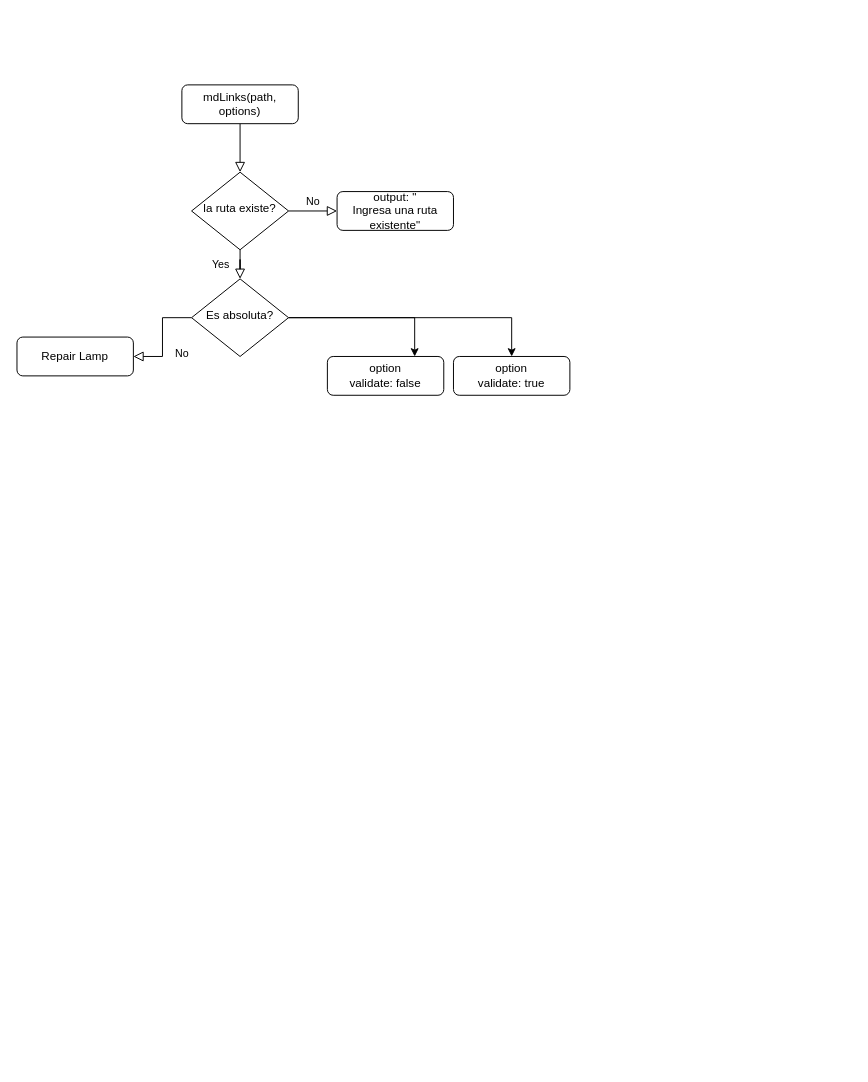
Above: Diagrama sin título.drawio in Lady9696/DEV004-md-links (draw.io), before the change. Source tidied: cells renumbered, new cells numbered last; positions are measured from the earlier drawing's top-left corner, leaving out a move shared by most shapes. Both pictures are drawn from the tidied source at 97%, with x=0, y=0 at pixel (16, 84).
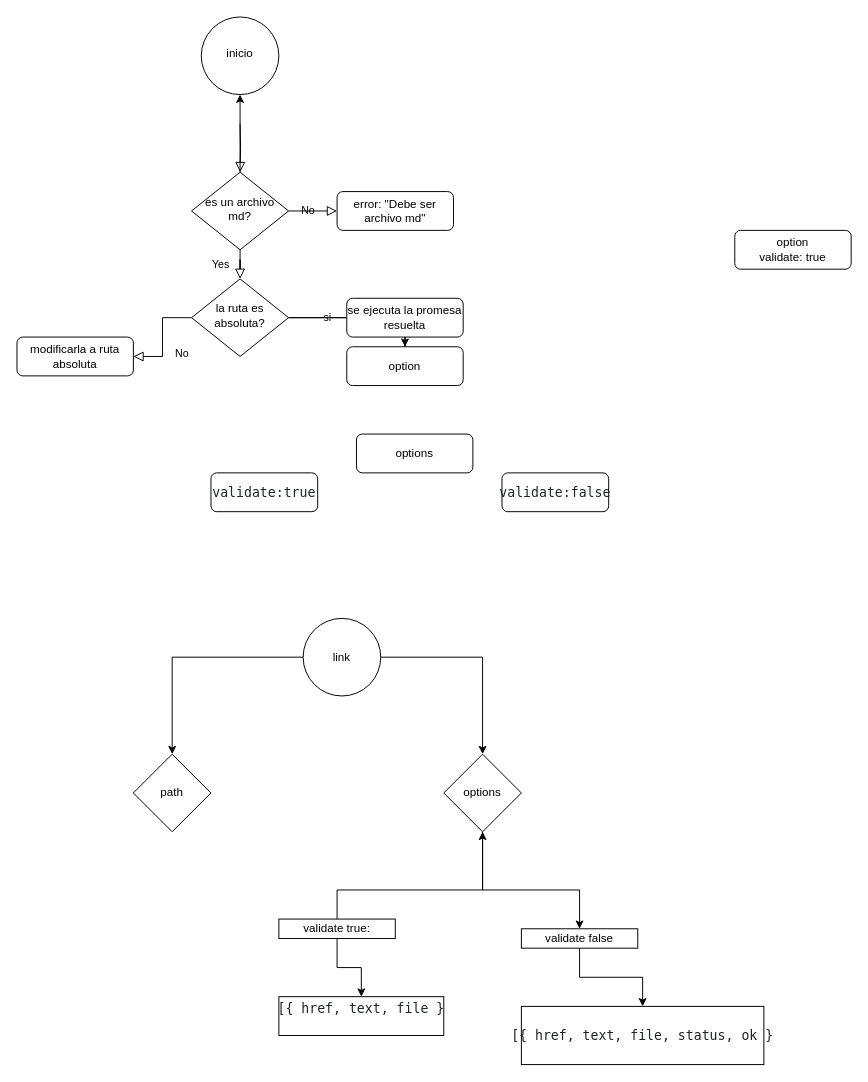
Above is the later version.

The edit, as a diff of the source:
```diff
@@
-    <mxCell id="2" style="rounded=0;html=1;jettySize=auto;fontSize=11;endArrow=block;endFill=0;endSize=8;strokeWidth=1;shadow=0;labelBackgroundColor=none;edgeStyle=orthogonalEdgeStyle;" parent="1" edge="1" source="3" target="6">
-      <mxGeometry relative="1" as="geometry" />
+    <mxCell id="2" style="rounded=0;html=1;jettySize=auto;fontSize=11;endArrow=block;endFill=0;endSize=8;strokeWidth=1;shadow=0;labelBackgroundColor=none;edgeStyle=orthogonalEdgeStyle;" parent="1" edge="1" target="6">
+      <mxGeometry relative="1" as="geometry">
+        <mxPoint x="230" y="40" as="sourcePoint" />
+      </mxGeometry>
     </mxCell>
-    <mxCell id="3" value="mdLinks(path, options)" style="rounded=1;whiteSpace=wrap;html=1;fontSize=12;glass=0;strokeWidth=1;shadow=0;" parent="1" vertex="1">
-      <mxGeometry x="170" width="120" height="40" as="geometry" />
-    </mxCell>
@@
     <mxCell id="5" value="No" style="edgeStyle=orthogonalEdgeStyle;rounded=0;html=1;jettySize=auto;fontSize=11;endArrow=block;endFill=0;endSize=8;strokeWidth=1;shadow=0;labelBackgroundColor=none;" parent="1" edge="1" source="6" target="7">
-      <mxGeometry y="10" relative="1" as="geometry" />
+      <mxGeometry x="-0.2" relative="1" as="geometry" />
     </mxCell>
+    <mxCell id="15" style="edgeStyle=orthogonalEdgeStyle;rounded=0;jettySize=auto;html=1;" parent="1" edge="1" source="6" target="19">
+      <mxGeometry relative="1" as="geometry" />
+    </mxCell>
-    <mxCell id="6" value="la ruta existe?" style="rhombus;whiteSpace=wrap;html=1;shadow=0;fontFamily=Helvetica;fontSize=12;align=center;strokeWidth=1;spacing=6;spacingTop=-4;" parent="1" vertex="1">
+    <mxCell id="6" value="es un archivo md?" style="rhombus;whiteSpace=wrap;html=1;shadow=0;fontFamily=Helvetica;fontSize=12;align=center;strokeWidth=1;spacing=6;spacingTop=-4;" parent="1" vertex="1">
       <mxGeometry x="180" y="90" width="100" height="80" as="geometry" />
     </mxCell>
-    <mxCell id="7" value="output: &quot;&lt;br&gt;Ingresa una ruta existente&quot;" style="rounded=1;whiteSpace=wrap;html=1;fontSize=12;glass=0;strokeWidth=1;shadow=0;" parent="1" vertex="1">
+    <mxCell id="7" value="error: &quot;Debe ser archivo md&quot;" style="rounded=1;whiteSpace=wrap;html=1;fontSize=12;glass=0;strokeWidth=1;shadow=0;" parent="1" vertex="1">
       <mxGeometry x="330" y="110" width="120" height="40" as="geometry" />
     </mxCell>
@@
-    <mxCell id="9" style="edgeStyle=orthogonalEdgeStyle;rounded=0;jettySize=auto;html=1;entryX=0.5;entryY=0;entryDx=0;entryDy=0;" parent="1" edge="1" source="11" target="14">
-      <mxGeometry relative="1" as="geometry" />
-    </mxCell>
-    <mxCell id="10" style="edgeStyle=orthogonalEdgeStyle;rounded=0;jettySize=auto;html=1;entryX=0.75;entryY=0;entryDx=0;entryDy=0;" parent="1" edge="1" source="11" target="13">
-      <mxGeometry relative="1" as="geometry" />
-    </mxCell>
+    <mxCell id="16" value="si" style="edgeStyle=orthogonalEdgeStyle;rounded=0;jettySize=auto;html=1;" parent="1" edge="1" source="11">
+      <mxGeometry relative="1" as="geometry">
+        <mxPoint x="360" y="240" as="targetPoint" />
+      </mxGeometry>
+    </mxCell>
+    <mxCell id="17" style="edgeStyle=orthogonalEdgeStyle;rounded=0;jettySize=auto;html=1;" parent="1" edge="1" source="11">
+      <mxGeometry relative="1" as="geometry">
+        <mxPoint x="350" y="240" as="targetPoint" />
+      </mxGeometry>
+    </mxCell>
-    <mxCell id="11" value="Es absoluta?" style="rhombus;whiteSpace=wrap;html=1;shadow=0;fontFamily=Helvetica;fontSize=12;align=center;strokeWidth=1;spacing=6;spacingTop=-4;" parent="1" vertex="1">
+    <mxCell id="11" value="la ruta es absoluta?" style="rhombus;whiteSpace=wrap;html=1;shadow=0;fontFamily=Helvetica;fontSize=12;align=center;strokeWidth=1;spacing=6;spacingTop=-4;" parent="1" vertex="1">
       <mxGeometry x="180" y="200" width="100" height="80" as="geometry" />
     </mxCell>
-    <mxCell id="12" value="Repair Lamp" style="rounded=1;whiteSpace=wrap;html=1;fontSize=12;glass=0;strokeWidth=1;shadow=0;" parent="1" vertex="1">
+    <mxCell id="12" value="modificarla a ruta absoluta" style="rounded=1;whiteSpace=wrap;html=1;fontSize=12;glass=0;strokeWidth=1;shadow=0;" parent="1" vertex="1">
       <mxGeometry y="260" width="120" height="40" as="geometry" />
     </mxCell>
-    <mxCell id="13" value="option&lt;br&gt;validate: false" style="rounded=1;whiteSpace=wrap;html=1;fontSize=12;glass=0;strokeWidth=1;shadow=0;" parent="1" vertex="1">
-      <mxGeometry x="320" y="280" width="120" height="40" as="geometry" />
-    </mxCell>
     <mxCell id="14" value="option&lt;br&gt;validate: true" style="rounded=1;whiteSpace=wrap;html=1;fontSize=12;glass=0;strokeWidth=1;shadow=0;" parent="1" vertex="1">
-      <mxGeometry x="450" y="280" width="120" height="40" as="geometry" />
+      <mxGeometry x="740" y="150" width="120" height="40" as="geometry" />
     </mxCell>
+    <mxCell id="18" value="&lt;pre style=&quot;box-sizing: border-box; font-family: ui-monospace, SFMono-Regular, &amp;quot;SF Mono&amp;quot;, Menlo, Consolas, &amp;quot;Liberation Mono&amp;quot;, monospace; font-size: 13.6px; margin-top: 0px; margin-bottom: 0px; overflow-wrap: normal; padding: 16px; overflow: auto; line-height: 1.45; color: rgb(31, 35, 40); background-color: var(--color-canvas-subtle); border-radius: 6px; word-break: normal;&quot;&gt;&lt;pre style=&quot;box-sizing: border-box; font-family: ui-monospace, SFMono-Regular, &amp;quot;SF Mono&amp;quot;, Menlo, Consolas, &amp;quot;Liberation Mono&amp;quot;, monospace; font-size: 13.6px; margin-top: 0px; margin-bottom: 0px; overflow-wrap: normal; padding: 16px; overflow: auto; line-height: 1.45; background-color: var(--color-canvas-subtle); border-radius: 6px; word-break: normal;&quot;&gt;validate:true&lt;/pre&gt;&lt;/pre&gt;" style="rounded=1;whiteSpace=wrap;html=1;fontSize=12;glass=0;strokeWidth=1;shadow=0;align=center;" parent="1" vertex="1">
+      <mxGeometry x="200" y="400" width="110" height="40" as="geometry" />
+    </mxCell>
+    <mxCell id="19" value="inicio" style="ellipse;whiteSpace=wrap;html=1;shadow=0;strokeWidth=1;spacing=6;spacingTop=-4;" parent="1" vertex="1">
+      <mxGeometry x="190" y="-70" width="80" height="80" as="geometry" />
+    </mxCell>
+    <mxCell id="20" value="&lt;pre style=&quot;box-sizing: border-box; font-family: ui-monospace, SFMono-Regular, &amp;quot;SF Mono&amp;quot;, Menlo, Consolas, &amp;quot;Liberation Mono&amp;quot;, monospace; font-size: 13.6px; margin-top: 0px; margin-bottom: 0px; overflow-wrap: normal; padding: 16px; overflow: auto; line-height: 1.45; color: rgb(31, 35, 40); background-color: var(--color-canvas-subtle); border-radius: 6px; word-break: normal;&quot;&gt;&lt;pre style=&quot;box-sizing: border-box; font-family: ui-monospace, SFMono-Regular, &amp;quot;SF Mono&amp;quot;, Menlo, Consolas, &amp;quot;Liberation Mono&amp;quot;, monospace; font-size: 13.6px; margin-top: 0px; margin-bottom: 0px; overflow-wrap: normal; padding: 16px; overflow: auto; line-height: 1.45; background-color: var(--color-canvas-subtle); border-radius: 6px; word-break: normal;&quot;&gt;validate:false&lt;/pre&gt;&lt;/pre&gt;" style="rounded=1;whiteSpace=wrap;html=1;fontSize=12;glass=0;strokeWidth=1;shadow=0;align=center;" parent="1" vertex="1">
+      <mxGeometry x="500" y="400" width="110" height="40" as="geometry" />
+    </mxCell>
+    <mxCell id="21" style="edgeStyle=orthogonalEdgeStyle;rounded=0;jettySize=auto;html=1;" parent="1" edge="1" source="23" target="24">
+      <mxGeometry relative="1" as="geometry" />
+    </mxCell>
+    <mxCell id="22" style="edgeStyle=orthogonalEdgeStyle;rounded=0;jettySize=auto;html=1;" parent="1" edge="1" source="23" target="26">
+      <mxGeometry relative="1" as="geometry" />
+    </mxCell>
+    <mxCell id="23" value="link" style="ellipse;whiteSpace=wrap;html=1;" parent="1" vertex="1">
+      <mxGeometry x="295" y="550" width="80" height="80" as="geometry" />
+    </mxCell>
+    <mxCell id="24" value="path" style="rhombus;whiteSpace=wrap;html=1;" parent="1" vertex="1">
+      <mxGeometry x="120" y="690" width="80" height="80" as="geometry" />
+    </mxCell>
+    <mxCell id="25" style="edgeStyle=orthogonalEdgeStyle;rounded=0;jettySize=auto;html=1;" parent="1" edge="1" source="26" target="28">
+      <mxGeometry relative="1" as="geometry">
+        <Array as="points">
+          <mxPoint x="480" y="830" />
+          <mxPoint x="580" y="830" />
+        </Array>
+      </mxGeometry>
+    </mxCell>
+    <mxCell id="26" value="options" style="rhombus;whiteSpace=wrap;html=1;" parent="1" vertex="1">
+      <mxGeometry x="440" y="690" width="80" height="80" as="geometry" />
+    </mxCell>
+    <mxCell id="27" style="edgeStyle=orthogonalEdgeStyle;rounded=0;jettySize=auto;html=1;" parent="1" edge="1" source="28" target="33">
+      <mxGeometry relative="1" as="geometry" />
+    </mxCell>
+    <mxCell id="28" value="validate false" style="whiteSpace=wrap;html=1;" parent="1" vertex="1">
+      <mxGeometry x="520" y="870" width="120" height="20" as="geometry" />
+    </mxCell>
+    <mxCell id="29" style="edgeStyle=orthogonalEdgeStyle;rounded=0;jettySize=auto;html=1;entryX=0.5;entryY=1;entryDx=0;entryDy=0;" parent="1" edge="1" source="31" target="26">
+      <mxGeometry relative="1" as="geometry">
+        <Array as="points">
+          <mxPoint x="330" y="830" />
+          <mxPoint x="480" y="830" />
+        </Array>
+      </mxGeometry>
+    </mxCell>
+    <mxCell id="30" style="edgeStyle=orthogonalEdgeStyle;rounded=0;jettySize=auto;html=1;" parent="1" edge="1" source="31" target="32">
+      <mxGeometry relative="1" as="geometry" />
+    </mxCell>
+    <mxCell id="31" value="validate true:" style="whiteSpace=wrap;html=1;" parent="1" vertex="1">
+      <mxGeometry x="270" y="860" width="120" height="20" as="geometry" />
+    </mxCell>
+    <mxCell id="32" value="&#10;&lt;pre style=&quot;box-sizing: border-box; font-family: ui-monospace, SFMono-Regular, &amp;quot;SF Mono&amp;quot;, Menlo, Consolas, &amp;quot;Liberation Mono&amp;quot;, monospace; font-size: 13.6px; margin-top: 0px; margin-bottom: 0px; overflow-wrap: normal; padding: 16px; overflow: auto; line-height: 1.45; color: rgb(31, 35, 40); background-color: var(--color-canvas-subtle); border-radius: 6px; word-break: normal; font-style: normal; font-variant-ligatures: normal; font-variant-caps: normal; font-weight: 400; letter-spacing: normal; orphans: 2; text-align: start; text-indent: 0px; text-transform: none; widows: 2; word-spacing: 0px; -webkit-text-stroke-width: 0px; text-decoration-thickness: initial; text-decoration-style: initial; text-decoration-color: initial;&quot;&gt;&lt;span style=&quot;box-sizing: border-box; color: var(--color-prettylights-syntax-comment);&quot; class=&quot;pl-c&quot;&gt;[{ href, text, file }&lt;/span&gt;&lt;/pre&gt;&#10;&#10;" style="whiteSpace=wrap;html=1;" parent="1" vertex="1">
+      <mxGeometry x="270" y="940" width="170" height="40" as="geometry" />
+    </mxCell>
+    <mxCell id="33" value="&lt;pre style=&quot;box-sizing: border-box; font-family: ui-monospace, SFMono-Regular, &amp;quot;SF Mono&amp;quot;, Menlo, Consolas, &amp;quot;Liberation Mono&amp;quot;, monospace; font-size: 13.6px; margin-top: 0px; margin-bottom: 0px; overflow-wrap: normal; padding: 16px; overflow: auto; line-height: 1.45; color: rgb(31, 35, 40); background-color: var(--color-canvas-subtle); border-radius: 6px; word-break: normal; text-align: start;&quot;&gt;[{ href, text, file, status, ok }&lt;/pre&gt;" style="whiteSpace=wrap;html=1;" parent="1" vertex="1">
+      <mxGeometry x="520" y="950" width="250" height="60" as="geometry" />
+    </mxCell>
+    <mxCell id="34" style="edgeStyle=orthogonalEdgeStyle;rounded=0;jettySize=auto;html=1;" parent="1" edge="1" source="35" target="36">
+      <mxGeometry relative="1" as="geometry" />
+    </mxCell>
+    <mxCell id="35" value="se ejecuta la promesa resuelta" style="rounded=1;whiteSpace=wrap;html=1;fontSize=12;glass=0;strokeWidth=1;shadow=0;" parent="1" vertex="1">
+      <mxGeometry x="340" y="220" width="120" height="40" as="geometry" />
+    </mxCell>
+    <mxCell id="36" value="option" style="rounded=1;whiteSpace=wrap;html=1;fontSize=12;glass=0;strokeWidth=1;shadow=0;" parent="1" vertex="1">
+      <mxGeometry x="340" y="270" width="120" height="40" as="geometry" />
+    </mxCell>
+    <mxCell id="37" value="options" style="rounded=1;whiteSpace=wrap;html=1;fontSize=12;glass=0;strokeWidth=1;shadow=0;" parent="1" vertex="1">
+      <mxGeometry x="350" y="360" width="120" height="40" as="geometry" />
+    </mxCell>
```
